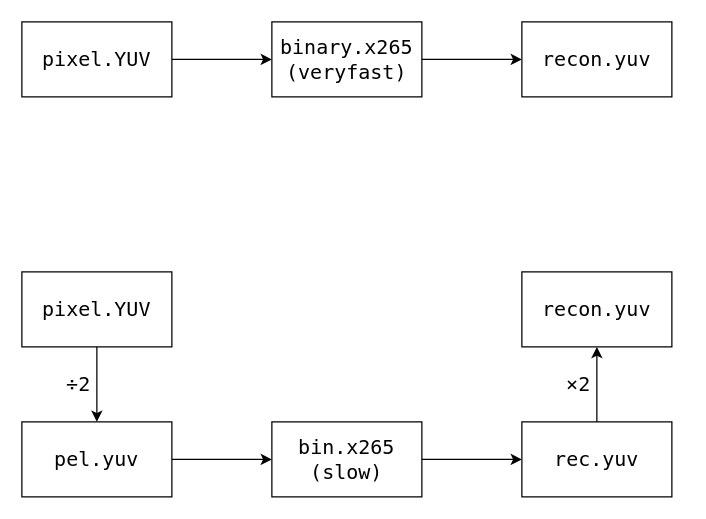
Above: XML/ZTE_VCM_SR.drawio in Joeyrr/draw.io (draw.io), before the change. Source tidied: cells renumbered, new cells numbered last; positions are measured from the earlier drawing's top-left corner, leaving out a move shared by most shapes. Both pictures are drawn from the tidied source at 125%, with x=0, y=0 at pixel (21, 21).
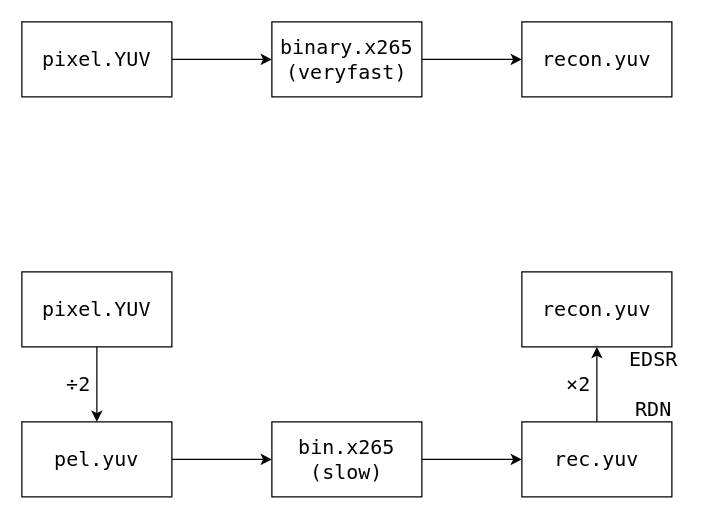
The same page after the edit.

Diff of the diagram source:
```diff
@@
 <mxGraphModel>
   <root>
     <mxCell id="0" />
     <mxCell id="1" parent="0" />
     <mxCell id="2" style="edgeStyle=orthogonalEdgeStyle;rounded=0;jettySize=auto;html=1;fontFamily=Lucida Console;fontSize=16;" parent="1" edge="1" source="3" target="5">
       <mxGeometry relative="1" as="geometry" />
     </mxCell>
     <mxCell id="3" value="pixel.YUV" style="rounded=0;whiteSpace=wrap;html=1;fontSize=16;fontFamily=Lucida Console;" parent="1" vertex="1">
       <mxGeometry y="200" width="120" height="60" as="geometry" />
     </mxCell>
     <mxCell id="4" style="edgeStyle=orthogonalEdgeStyle;rounded=0;jettySize=auto;html=1;fontFamily=Lucida Console;fontSize=16;" parent="1" edge="1" source="5" target="13">
       <mxGeometry relative="1" as="geometry" />
     </mxCell>
     <mxCell id="5" value="pel.yuv" style="whiteSpace=wrap;html=1;fontSize=16;fontFamily=Lucida Console;rounded=0;" parent="1" vertex="1">
       <mxGeometry y="320" width="120" height="60" as="geometry" />
     </mxCell>
     <mxCell id="6" value="÷2" style="text;html=1;align=center;verticalAlign=middle;strokeColor=none;fillColor=none;fontSize=16;fontFamily=Lucida Console;" parent="1" vertex="1">
       <mxGeometry x="30" y="280" width="30" height="20" as="geometry" />
     </mxCell>
     <mxCell id="7" style="edgeStyle=orthogonalEdgeStyle;rounded=0;jettySize=auto;html=1;fontFamily=Lucida Console;fontSize=16;" parent="1" edge="1" source="8" target="10">
       <mxGeometry relative="1" as="geometry" />
     </mxCell>
     <mxCell id="8" value="pixel.YUV" style="rounded=0;whiteSpace=wrap;html=1;fontSize=16;fontFamily=Lucida Console;" parent="1" vertex="1">
       <mxGeometry width="120" height="60" as="geometry" />
     </mxCell>
     <mxCell id="9" style="edgeStyle=orthogonalEdgeStyle;rounded=0;jettySize=auto;html=1;fontFamily=Lucida Console;fontSize=16;" parent="1" edge="1" source="10" target="11">
       <mxGeometry relative="1" as="geometry" />
     </mxCell>
     <mxCell id="10" value="binary.x265&lt;br&gt;(veryfast)" style="whiteSpace=wrap;html=1;fontSize=16;fontFamily=Lucida Console;rounded=0;" parent="1" vertex="1">
       <mxGeometry x="200" width="120" height="60" as="geometry" />
     </mxCell>
     <mxCell id="11" value="recon.yuv" style="whiteSpace=wrap;html=1;fontSize=16;fontFamily=Lucida Console;rounded=0;" parent="1" vertex="1">
       <mxGeometry x="400" width="120" height="60" as="geometry" />
     </mxCell>
     <mxCell id="12" style="edgeStyle=orthogonalEdgeStyle;rounded=0;jettySize=auto;html=1;fontFamily=Lucida Console;fontSize=16;" parent="1" edge="1" source="13" target="15">
       <mxGeometry relative="1" as="geometry" />
     </mxCell>
     <mxCell id="13" value="bin.x265&lt;br&gt;(slow)" style="whiteSpace=wrap;html=1;fontSize=16;fontFamily=Lucida Console;rounded=0;" parent="1" vertex="1">
       <mxGeometry x="200" y="320" width="120" height="60" as="geometry" />
     </mxCell>
     <mxCell id="14" style="edgeStyle=orthogonalEdgeStyle;rounded=0;jettySize=auto;html=1;fontFamily=Lucida Console;fontSize=16;" parent="1" edge="1" source="15" target="16">
       <mxGeometry relative="1" as="geometry" />
     </mxCell>
     <mxCell id="15" value="rec.yuv" style="whiteSpace=wrap;html=1;fontSize=16;fontFamily=Lucida Console;rounded=0;" parent="1" vertex="1">
       <mxGeometry x="400" y="320" width="120" height="60" as="geometry" />
     </mxCell>
     <mxCell id="16" value="recon.yuv" style="whiteSpace=wrap;html=1;fontSize=16;fontFamily=Lucida Console;rounded=0;" parent="1" vertex="1">
       <mxGeometry x="400" y="200" width="120" height="60" as="geometry" />
     </mxCell>
     <mxCell id="17" value="×2" style="text;html=1;align=center;verticalAlign=middle;strokeColor=none;fillColor=none;fontSize=16;fontFamily=Lucida Console;" parent="1" vertex="1">
       <mxGeometry x="430" y="280" width="30" height="20" as="geometry" />
     </mxCell>
+    <mxCell id="18" value="EDSR" style="text;html=1;align=center;verticalAlign=middle;strokeColor=none;fillColor=none;fontSize=16;fontFamily=Lucida Console;" parent="1" vertex="1">
+      <mxGeometry x="480" y="260" width="50" height="20" as="geometry" />
+    </mxCell>
+    <mxCell id="19" value="RDN" style="text;html=1;align=center;verticalAlign=middle;strokeColor=none;fillColor=none;fontSize=16;fontFamily=Lucida Console;" parent="1" vertex="1">
+      <mxGeometry x="485" y="300" width="40" height="20" as="geometry" />
+    </mxCell>
   </root>
 </mxGraphModel>
```
